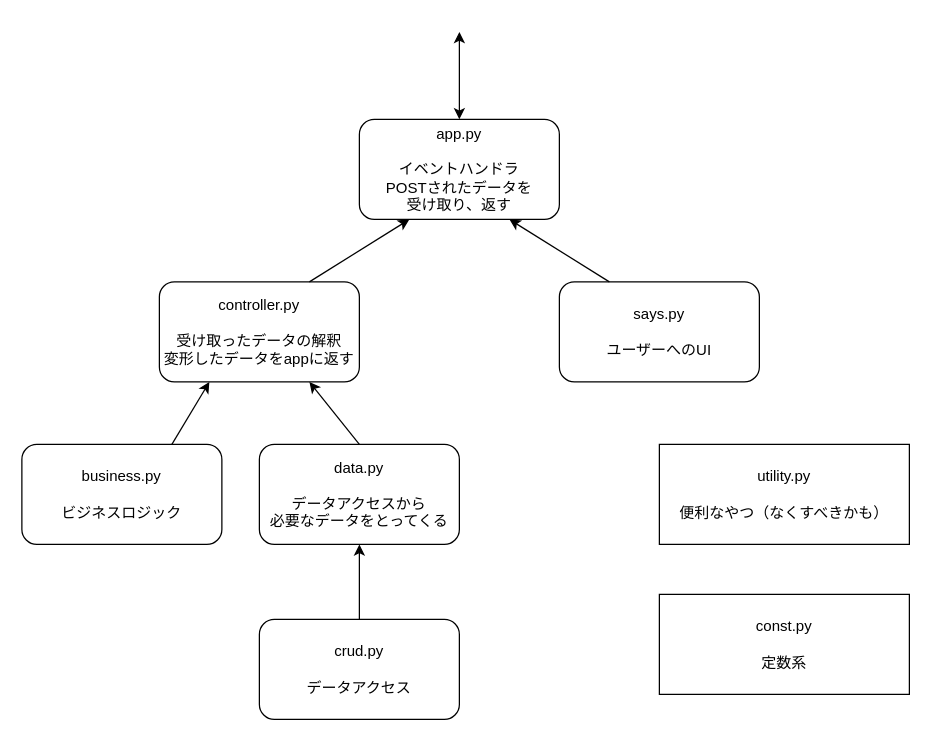
landcelita/mahjong-management-slack-app-with-azure keeps this draw.io diagram as doc/files.dio. Above is the earlier version. Source tidied: cells renumbered, new cells numbered last; positions are measured from the earlier drawing's top-left corner, leaving out a move shared by most shapes. Both pictures are drawn from the tidied source at 125%, with x=0, y=0 at pixel (21, 31).
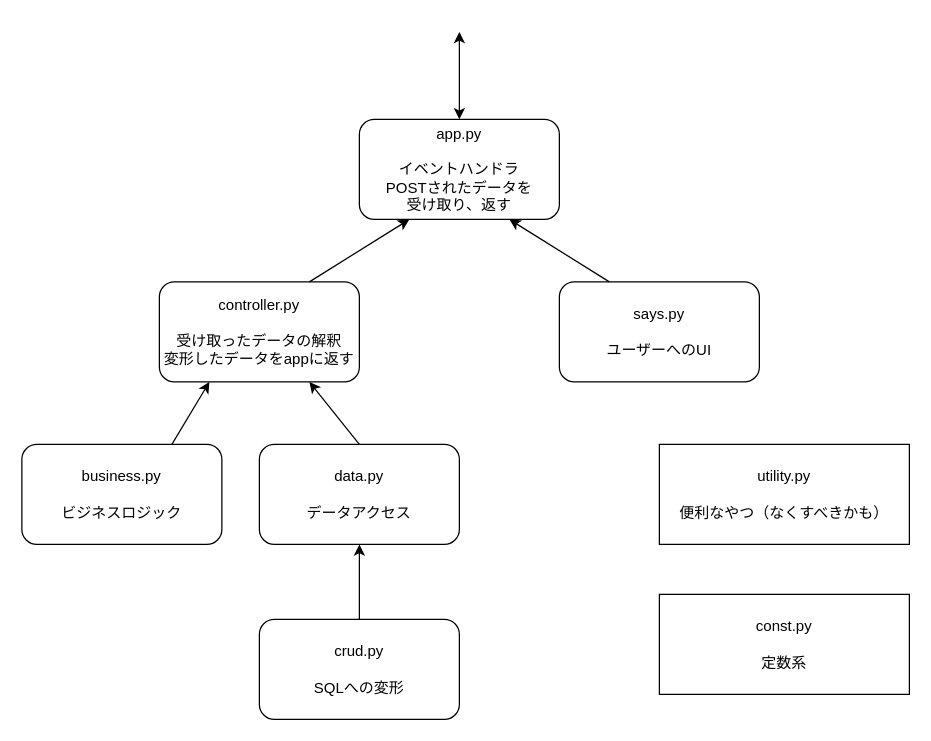
After the change.

Diff of the diagram source:
```diff
@@
 <mxGraphModel>
   <root>
     <mxCell id="0" />
     <mxCell id="1" parent="0" />
     <mxCell id="2" value="app.py&lt;br&gt;&lt;br&gt;イベントハンドラ&lt;br&gt;POSTされたデータを&lt;br&gt;受け取り、返す" style="rounded=1;whiteSpace=wrap;html=1;" parent="1" vertex="1">
       <mxGeometry x="270" y="70" width="160" height="80" as="geometry" />
     </mxCell>
     <mxCell id="3" value="controller.py&lt;br&gt;&lt;br&gt;受け取ったデータの解釈&lt;br&gt;変形したデータをappに返す" style="rounded=1;whiteSpace=wrap;html=1;" parent="1" vertex="1">
       <mxGeometry x="110" y="200" width="160" height="80" as="geometry" />
     </mxCell>
     <mxCell id="4" style="endArrow=classic;html=1;entryX=0.25;entryY=1;entryDx=0;entryDy=0;exitX=0.75;exitY=0;exitDx=0;exitDy=0;" parent="1" edge="1" source="3" target="2">
       <mxGeometry relative="1" as="geometry" />
     </mxCell>
     <mxCell id="5" style="endArrow=classic;startArrow=classic;html=1;exitX=0.5;exitY=0;exitDx=0;exitDy=0;" parent="1" edge="1" source="2">
       <mxGeometry relative="1" as="geometry">
         <mxPoint x="350" as="targetPoint" />
       </mxGeometry>
     </mxCell>
     <mxCell id="6" value="business.py&lt;br&gt;&lt;br&gt;ビジネスロジック" style="rounded=1;whiteSpace=wrap;html=1;" parent="1" vertex="1">
       <mxGeometry y="330" width="160" height="80" as="geometry" />
     </mxCell>
     <mxCell id="7" style="endArrow=classic;html=1;exitX=0.75;exitY=0;exitDx=0;exitDy=0;entryX=0.25;entryY=1;entryDx=0;entryDy=0;" parent="1" edge="1" source="6" target="3">
       <mxGeometry relative="1" as="geometry" />
     </mxCell>
-    <mxCell id="8" value="data.py&lt;br&gt;&lt;br&gt;データアクセスから&lt;br&gt;必要なデータをとってくる" style="rounded=1;whiteSpace=wrap;html=1;" parent="1" vertex="1">
+    <mxCell id="8" value="data.py&lt;br&gt;&lt;br&gt;データアクセス" style="rounded=1;whiteSpace=wrap;html=1;" parent="1" vertex="1">
       <mxGeometry x="190" y="330" width="160" height="80" as="geometry" />
     </mxCell>
-    <mxCell id="9" value="crud.py&lt;br&gt;&lt;br&gt;データアクセス" style="rounded=1;whiteSpace=wrap;html=1;" parent="1" vertex="1">
+    <mxCell id="9" value="crud.py&lt;br&gt;&lt;br&gt;SQLへの変形" style="rounded=1;whiteSpace=wrap;html=1;" parent="1" vertex="1">
       <mxGeometry x="190" y="470" width="160" height="80" as="geometry" />
     </mxCell>
     <mxCell id="10" style="endArrow=classic;html=1;exitX=0.5;exitY=0;exitDx=0;exitDy=0;entryX=0.75;entryY=1;entryDx=0;entryDy=0;" parent="1" edge="1" source="8" target="3">
       <mxGeometry relative="1" as="geometry" />
     </mxCell>
     <mxCell id="11" style="endArrow=classic;html=1;exitX=0.5;exitY=0;exitDx=0;exitDy=0;entryX=0.5;entryY=1;entryDx=0;entryDy=0;" parent="1" edge="1" source="9" target="8">
       <mxGeometry relative="1" as="geometry" />
     </mxCell>
     <mxCell id="12" value="says.py&lt;br&gt;&lt;br&gt;ユーザーへのUI" style="rounded=1;whiteSpace=wrap;html=1;" parent="1" vertex="1">
       <mxGeometry x="430" y="200" width="160" height="80" as="geometry" />
     </mxCell>
     <mxCell id="13" style="endArrow=classic;html=1;entryX=0.75;entryY=1;entryDx=0;entryDy=0;exitX=0.25;exitY=0;exitDx=0;exitDy=0;" parent="1" edge="1" source="12" target="2">
       <mxGeometry relative="1" as="geometry" />
     </mxCell>
     <mxCell id="14" value="utility.py&lt;br&gt;&lt;br&gt;便利なやつ（なくすべきかも）" style="rounded=0;whiteSpace=wrap;html=1;" parent="1" vertex="1">
       <mxGeometry x="510" y="330" width="200" height="80" as="geometry" />
     </mxCell>
     <mxCell id="15" value="const.py&lt;br&gt;&lt;br&gt;定数系" style="rounded=0;whiteSpace=wrap;html=1;" parent="1" vertex="1">
       <mxGeometry x="510" y="450" width="200" height="80" as="geometry" />
     </mxCell>
   </root>
 </mxGraphModel>
```
